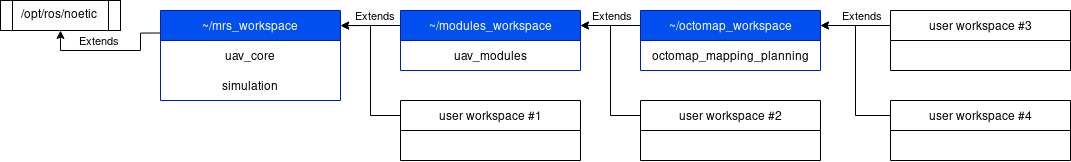
Earlier version of the draw.io export docs/system/fig/ros_workspaces/recommended_hierarchy.png (ctu-mrs/ctu-mrs.github.io). Source tidied: cells renumbered, new cells last; positions are measured from the earlier drawing's top-left corner, leaving out a move shared by most shapes. The source it was exported from:
```xml
<mxGraphModel>
  <root>
    <mxCell id="0" />
    <mxCell id="1" parent="0" />
    <mxCell id="2" value="/opt/ros/noetic" style="shape=process;whiteSpace=wrap;html=1;backgroundOutline=1;" parent="1" vertex="1">
      <mxGeometry width="120" height="30" as="geometry" />
    </mxCell>
    <mxCell id="3" value="~/mrs_workspace" style="swimlane;fontStyle=0;horizontal=1;startSize=30;fillColor=#0050ef;fontColor=#ffffff;strokeColor=#001DBC;" parent="1" vertex="1">
      <mxGeometry x="160" y="10" width="180" height="90" as="geometry" />
    </mxCell>
    <mxCell id="4" value="uav_core" style="text;strokeColor=none;fillColor=none;align=center;verticalAlign=middle;spacingLeft=4;spacingRight=4;overflow=hidden;" parent="3" vertex="1">
      <mxGeometry y="30" width="180" height="30" as="geometry" />
    </mxCell>
    <mxCell id="5" value="simulation" style="text;strokeColor=none;fillColor=none;align=center;verticalAlign=middle;spacingLeft=4;spacingRight=4;overflow=hidden;" parent="3" vertex="1">
      <mxGeometry y="60" width="180" height="30" as="geometry" />
    </mxCell>
    <mxCell id="6" style="edgeStyle=orthogonalEdgeStyle;rounded=0;jettySize=auto;html=1;exitX=0;exitY=0.25;exitDx=0;exitDy=0;entryX=0.5;entryY=1;entryDx=0;entryDy=0;" parent="1" edge="1" source="3" target="2">
      <mxGeometry relative="1" as="geometry" />
    </mxCell>
    <mxCell id="7" value="Extends" style="edgeLabel;html=1;align=center;verticalAlign=middle;" parent="6" vertex="1">
      <mxGeometry relative="1" as="geometry">
        <mxPoint x="-12" y="-10" as="offset" />
      </mxGeometry>
    </mxCell>
    <mxCell id="8" style="edgeStyle=orthogonalEdgeStyle;rounded=0;jettySize=auto;html=1;exitX=0;exitY=0.25;exitDx=0;exitDy=0;" parent="1" edge="1" source="10">
      <mxGeometry relative="1" as="geometry">
        <mxPoint x="340" y="25.2" as="targetPoint" />
      </mxGeometry>
    </mxCell>
    <mxCell id="9" value="Extends" style="edgeLabel;html=1;align=center;verticalAlign=middle;" parent="8" vertex="1">
      <mxGeometry x="0.11" relative="1" as="geometry">
        <mxPoint x="6" y="-10" as="offset" />
      </mxGeometry>
    </mxCell>
    <mxCell id="10" value="~/modules_workspace" style="swimlane;fontStyle=0;horizontal=1;startSize=30;fillColor=#0050ef;fontColor=#ffffff;strokeColor=#001DBC;" parent="1" vertex="1">
      <mxGeometry x="400" y="10" width="180" height="60" as="geometry" />
    </mxCell>
    <mxCell id="11" value="uav_modules" style="text;strokeColor=none;fillColor=none;align=center;verticalAlign=middle;spacingLeft=4;spacingRight=4;overflow=hidden;" parent="10" vertex="1">
      <mxGeometry y="30" width="180" height="30" as="geometry" />
    </mxCell>
    <mxCell id="12" style="edgeStyle=orthogonalEdgeStyle;rounded=0;jettySize=auto;html=1;exitX=0;exitY=0.25;exitDx=0;exitDy=0;entryX=1;entryY=0.25;entryDx=0;entryDy=0;" parent="1" edge="1" source="14" target="10">
      <mxGeometry relative="1" as="geometry" />
    </mxCell>
    <mxCell id="13" value="Extends" style="edgeLabel;html=1;align=center;verticalAlign=middle;" parent="12" vertex="1">
      <mxGeometry x="-0.22" y="1" relative="1" as="geometry">
        <mxPoint x="-7" y="-11" as="offset" />
      </mxGeometry>
    </mxCell>
    <mxCell id="14" value="~/octomap_workspace" style="swimlane;fontStyle=0;horizontal=1;startSize=30;fillColor=#0050ef;fontColor=#ffffff;strokeColor=#001DBC;" parent="1" vertex="1">
      <mxGeometry x="640" y="10" width="180" height="60" as="geometry" />
    </mxCell>
    <mxCell id="15" value="octomap_mapping_planning" style="text;strokeColor=none;fillColor=none;align=center;verticalAlign=middle;spacingLeft=4;spacingRight=4;overflow=hidden;" parent="14" vertex="1">
      <mxGeometry y="30" width="180" height="30" as="geometry" />
    </mxCell>
    <mxCell id="16" style="edgeStyle=orthogonalEdgeStyle;rounded=0;jettySize=auto;html=1;entryX=1;entryY=0.25;entryDx=0;entryDy=0;exitX=0;exitY=0.25;exitDx=0;exitDy=0;" parent="1" edge="1" source="17" target="14">
      <mxGeometry relative="1" as="geometry" />
    </mxCell>
    <mxCell id="17" value="user workspace #3" style="swimlane;fontStyle=0;horizontal=1;startSize=30;" parent="1" vertex="1">
      <mxGeometry x="890" y="10" width="180" height="60" as="geometry" />
    </mxCell>
    <mxCell id="18" style="edgeStyle=orthogonalEdgeStyle;rounded=0;jettySize=auto;html=1;exitX=0;exitY=0.25;exitDx=0;exitDy=0;entryX=1;entryY=0.25;entryDx=0;entryDy=0;" parent="1" edge="1" source="19" target="14">
      <mxGeometry relative="1" as="geometry" />
    </mxCell>
    <mxCell id="19" value="user workspace #4" style="swimlane;fontStyle=0;horizontal=1;startSize=30;" parent="1" vertex="1">
      <mxGeometry x="890" y="100" width="180" height="60" as="geometry" />
    </mxCell>
    <mxCell id="20" style="edgeStyle=orthogonalEdgeStyle;rounded=0;jettySize=auto;html=1;exitX=0;exitY=0.25;exitDx=0;exitDy=0;entryX=1;entryY=0.25;entryDx=0;entryDy=0;" parent="1" edge="1" source="21" target="10">
      <mxGeometry relative="1" as="geometry" />
    </mxCell>
    <mxCell id="21" value="user workspace #2" style="swimlane;fontStyle=0;horizontal=1;startSize=30;" parent="1" vertex="1">
      <mxGeometry x="640" y="100" width="180" height="60" as="geometry" />
    </mxCell>
    <mxCell id="22" value="Extends" style="edgeLabel;html=1;align=center;verticalAlign=middle;" parent="1" vertex="1">
      <mxGeometry x="860" y="15" as="geometry" />
    </mxCell>
    <mxCell id="23" style="edgeStyle=orthogonalEdgeStyle;rounded=0;jettySize=auto;html=1;exitX=0;exitY=0.25;exitDx=0;exitDy=0;entryX=1.002;entryY=0.167;entryDx=0;entryDy=0;entryPerimeter=0;" parent="1" edge="1" source="24" target="3">
      <mxGeometry relative="1" as="geometry" />
    </mxCell>
    <mxCell id="24" value="user workspace #1" style="swimlane;fontStyle=0;horizontal=1;startSize=30;" parent="1" vertex="1">
      <mxGeometry x="400" y="100" width="180" height="60" as="geometry" />
    </mxCell>
  </root>
</mxGraphModel>
```
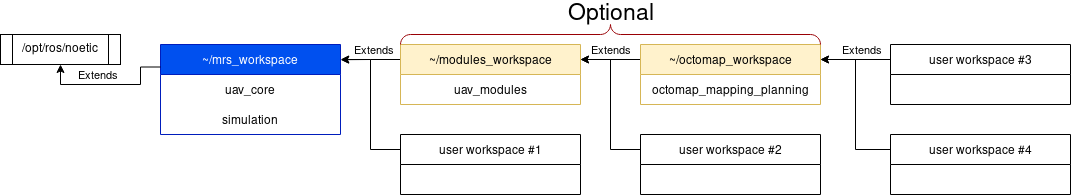
After the commit.

Commit message:
udpated workspace hierarchy image

The edit, as a diff of the source:
```diff
@@ -32,7 +32,7 @@
         <mxPoint x="6" y="-10" as="offset" />
       </mxGeometry>
     </mxCell>
-    <mxCell id="10" value="~/modules_workspace" style="swimlane;fontStyle=0;horizontal=1;startSize=30;fillColor=#0050ef;fontColor=#ffffff;strokeColor=#001DBC;" parent="1" vertex="1">
+    <mxCell id="10" value="~/modules_workspace" style="swimlane;fontStyle=0;horizontal=1;startSize=30;fillColor=#fff2cc;strokeColor=#d6b656;" parent="1" vertex="1">
       <mxGeometry x="400" y="10" width="180" height="60" as="geometry" />
     </mxCell>
     <mxCell id="11" value="uav_modules" style="text;strokeColor=none;fillColor=none;align=center;verticalAlign=middle;spacingLeft=4;spacingRight=4;overflow=hidden;" parent="10" vertex="1">
@@ -46,7 +46,7 @@
         <mxPoint x="-7" y="-11" as="offset" />
       </mxGeometry>
     </mxCell>
-    <mxCell id="14" value="~/octomap_workspace" style="swimlane;fontStyle=0;horizontal=1;startSize=30;fillColor=#0050ef;fontColor=#ffffff;strokeColor=#001DBC;" parent="1" vertex="1">
+    <mxCell id="14" value="~/octomap_workspace" style="swimlane;fontStyle=0;horizontal=1;startSize=30;fillColor=#fff2cc;strokeColor=#d6b656;" parent="1" vertex="1">
       <mxGeometry x="640" y="10" width="180" height="60" as="geometry" />
     </mxCell>
     <mxCell id="15" value="octomap_mapping_planning" style="text;strokeColor=none;fillColor=none;align=center;verticalAlign=middle;spacingLeft=4;spacingRight=4;overflow=hidden;" parent="14" vertex="1">
@@ -79,5 +79,11 @@
     <mxCell id="24" value="user workspace #1" style="swimlane;fontStyle=0;horizontal=1;startSize=30;" parent="1" vertex="1">
       <mxGeometry x="400" y="100" width="180" height="60" as="geometry" />
     </mxCell>
+    <mxCell id="25" style="verticalLabelPosition=bottom;shadow=0;dashed=0;align=center;html=1;verticalAlign=top;strokeWidth=1;shape=mxgraph.mockup.markup.curlyBrace;strokeColor=#990005;" parent="1" vertex="1">
+      <mxGeometry x="400" y="-10" width="420" height="20" as="geometry" />
+    </mxCell>
+    <mxCell id="26" value="&lt;font style=&quot;font-size: 23px&quot;&gt;Optional&lt;/font&gt;" style="text;html=1;align=center;verticalAlign=middle;strokeColor=none;fillColor=none;" parent="1" vertex="1">
+      <mxGeometry x="560" y="-30" width="100" height="20" as="geometry" />
+    </mxCell>
   </root>
 </mxGraphModel>
```
